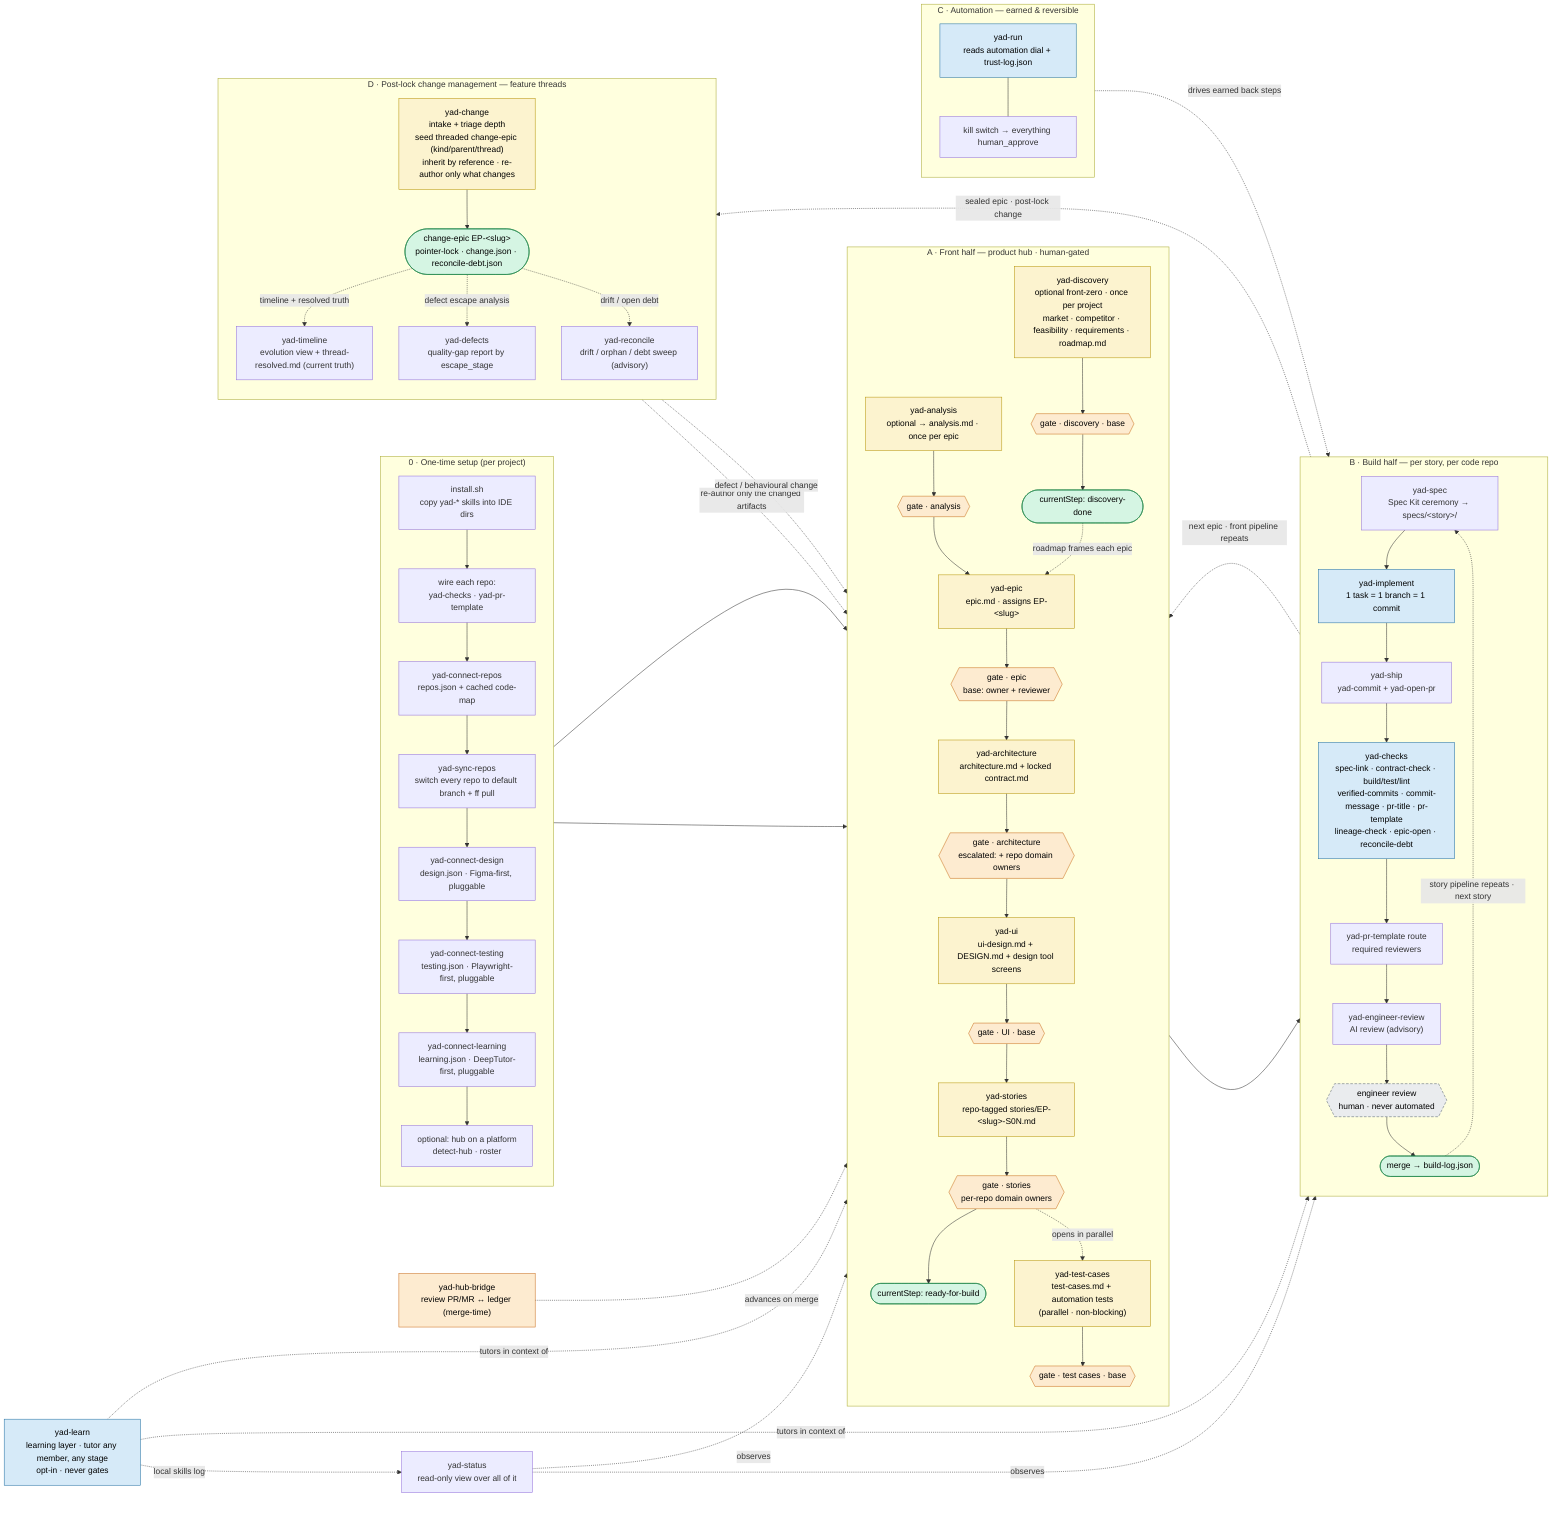
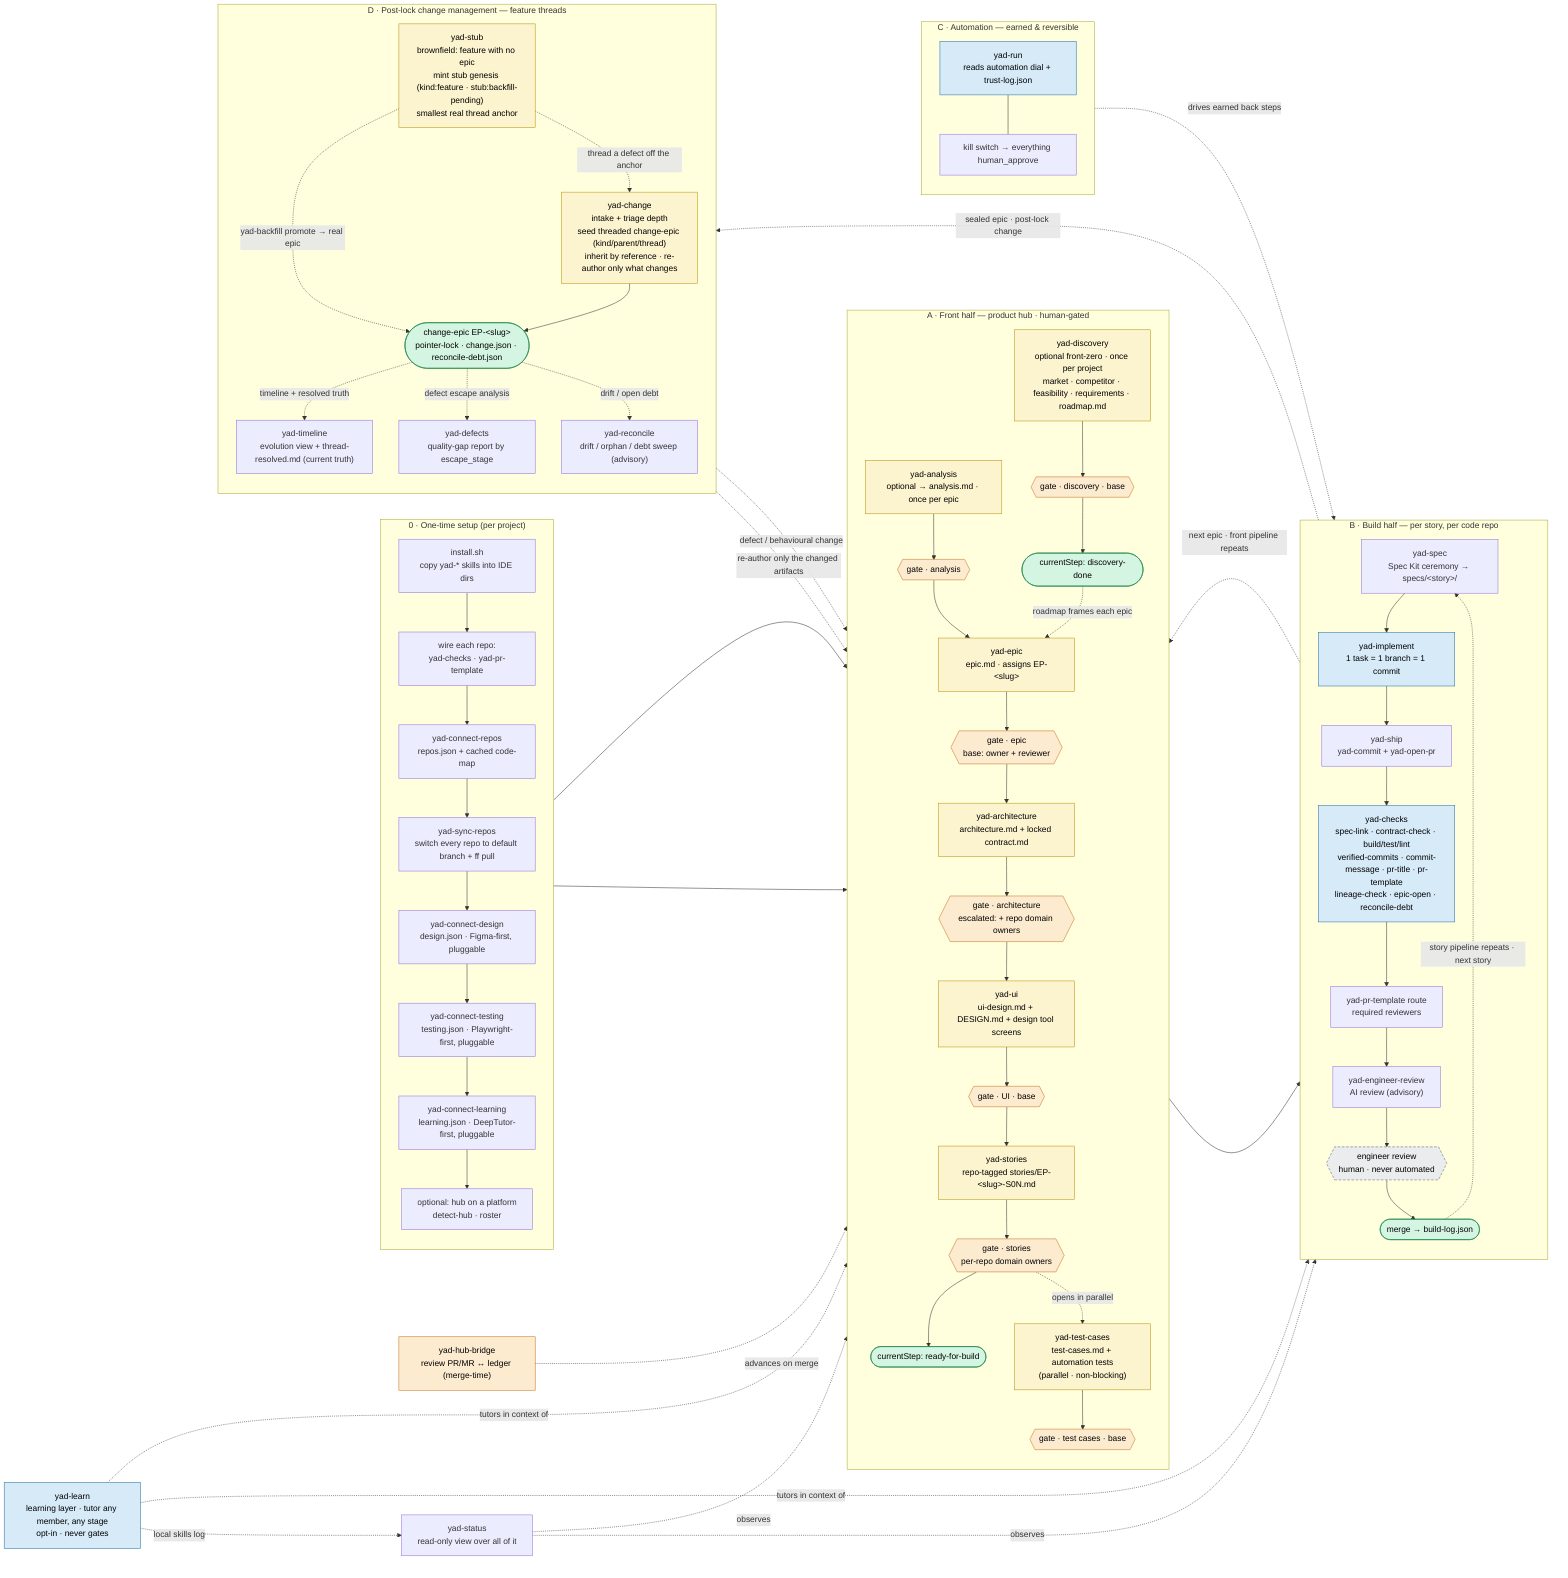
flowchart LR
    classDef gated fill:#fdebd0,stroke:#ca6f1e,color:#000
    classDef earns fill:#d6eaf8,stroke:#2471a3,color:#000
    classDef locked fill:#eaecee,stroke:#566573,color:#000,stroke-dasharray:5 3
    classDef artifact fill:#fcf3cf,stroke:#b7950b,color:#000
    classDef sentinel fill:#d5f5e3,stroke:#1e8449,color:#000

    subgraph SETUP["0 · One-time setup (per project)"]
      direction TB
      inst["install.sh<br/>copy yad-* skills into IDE dirs"]
      wire["wire each repo:<br/>yad-checks · yad-pr-template"]
      conn["yad-connect-repos<br/>repos.json + cached code-map"]
      sync["yad-sync-repos<br/>switch every repo to default branch + ff pull"]
      cdes["yad-connect-design<br/>design.json · Figma-first, pluggable"]
      ctest["yad-connect-testing<br/>testing.json · Playwright-first, pluggable"]
      clearn["yad-connect-learning<br/>learning.json · DeepTutor-first, pluggable"]
      phub["optional: hub on a platform<br/>detect-hub · roster"]
      inst --> wire --> conn --> sync --> cdes --> ctest --> clearn --> phub
    end

    subgraph FRONT["A · Front half — product hub · human-gated"]
      direction TB
      disc["yad-discovery<br/>optional front-zero · once per project<br/>market · competitor · feasibility · requirements · roadmap.md"]:::artifact
      gDisc{{"gate · discovery · base"}}:::gated
      dd(["currentStep: discovery-done"]):::sentinel
      disc --> gDisc --> dd
      an["yad-analysis<br/>optional → analysis.md · once per epic"]:::artifact
      ep["yad-epic<br/>epic.md · assigns EP-&lt;slug&gt;"]:::artifact
      ar["yad-architecture<br/>architecture.md + locked contract.md"]:::artifact
      ui["yad-ui<br/>ui-design.md + DESIGN.md + design tool screens"]:::artifact
      st["yad-stories<br/>repo-tagged stories/EP-&lt;slug&gt;-S0N.md"]:::artifact
      tc["yad-test-cases<br/>test-cases.md + automation tests<br/>(parallel · non-blocking)"]:::artifact
      gAn{{"gate · analysis"}}:::gated
      gEp{{"gate · epic<br/>base: owner + reviewer"}}:::gated
      gAr{{"gate · architecture<br/>escalated: + repo domain owners"}}:::gated
      gUi{{"gate · UI · base"}}:::gated
      gSt{{"gate · stories<br/>per-repo domain owners"}}:::gated
      gTc{{"gate · test cases · base"}}:::gated
      rfb(["currentStep: ready-for-build"]):::sentinel
      an --> gAn --> ep --> gEp --> ar --> gAr --> ui --> gUi --> st --> gSt --> rfb
      gSt -. opens in parallel .-> tc --> gTc
    end

    subgraph BUILD["B · Build half — per story, per code repo"]
      direction TB
      sp["yad-spec<br/>Spec Kit ceremony → specs/&lt;story&gt;/"]
      im["yad-implement<br/>1 task = 1 branch = 1 commit"]:::earns
      shp["yad-ship<br/>yad-commit + yad-open-pr"]
      ck["yad-checks<br/>spec-link · contract-check · build/test/lint<br/>verified-commits · commit-message · pr-title · pr-template<br/>lineage-check · epic-open · reconcile-debt"]:::earns
      prm["yad-pr-template route<br/>required reviewers"]
      air["yad-engineer-review<br/>AI review (advisory)"]
      eng{{"engineer review<br/>human · never automated"}}:::locked
      merged(["merge → build-log.json"]):::sentinel
      sp --> im --> shp --> ck --> prm --> air --> eng --> merged
    end

    subgraph AUTO["C · Automation — earned & reversible"]
      direction TB
      run["yad-run<br/>reads automation dial + trust-log.json"]:::earns
      kill["kill switch → everything human_approve"]
      run --- kill
    end

    subgraph THREAD["D · Post-lock change management — feature threads"]
      direction TB
+       stub["yad-stub<br/>brownfield: feature with no epic<br/>mint stub genesis (kind:feature · stub:backfill-pending)<br/>smallest real thread anchor"]:::artifact
      chg["yad-change<br/>intake + triage depth<br/>seed threaded change-epic (kind/parent/thread)<br/>inherit by reference · re-author only what changes"]:::artifact
      cepic(["change-epic EP-&lt;slug&gt;<br/>pointer-lock · change.json · reconcile-debt.json"]):::sentinel
      tl["yad-timeline<br/>evolution view + thread-resolved.md (current truth)"]
      df["yad-defects<br/>quality-gap report by escape_stage"]
      rec["yad-reconcile<br/>drift / orphan / debt sweep (advisory)"]
+       stub -. thread a defect off the anchor .-> chg
+       stub -. yad-backfill promote → real epic .-> cepic
      chg --> cepic
      cepic -. timeline + resolved truth .-> tl
      cepic -. defect escape analysis .-> df
      cepic -. drift / open debt .-> rec
    end

    phub --> disc
    phub --> an
    dd -. roadmap frames each epic .-> ep
    rfb --> sp
    merged -. story pipeline repeats · next story .-> sp
    merged -. next epic · front pipeline repeats .-> ep
    merged -. sealed epic · post-lock change .-> chg
    cepic -. re-author only the changed artifacts .-> ar
    cepic -. defect / behavioural change .-> st
    run -. drives earned back steps .-> im
    bridge["yad-hub-bridge<br/>review PR/MR ↔ ledger (merge-time)"]:::gated
    bridge -. advances on merge .-> gEp
    status["yad-status<br/>read-only view over all of it"]
    status -. observes .-> FRONT
    status -. observes .-> BUILD
    learn["yad-learn<br/>learning layer · tutor any member, any stage<br/>opt-in · never gates"]:::earns
    learn -. tutors in context of .-> FRONT
    learn -. tutors in context of .-> BUILD
    learn -. local skills log .-> status
